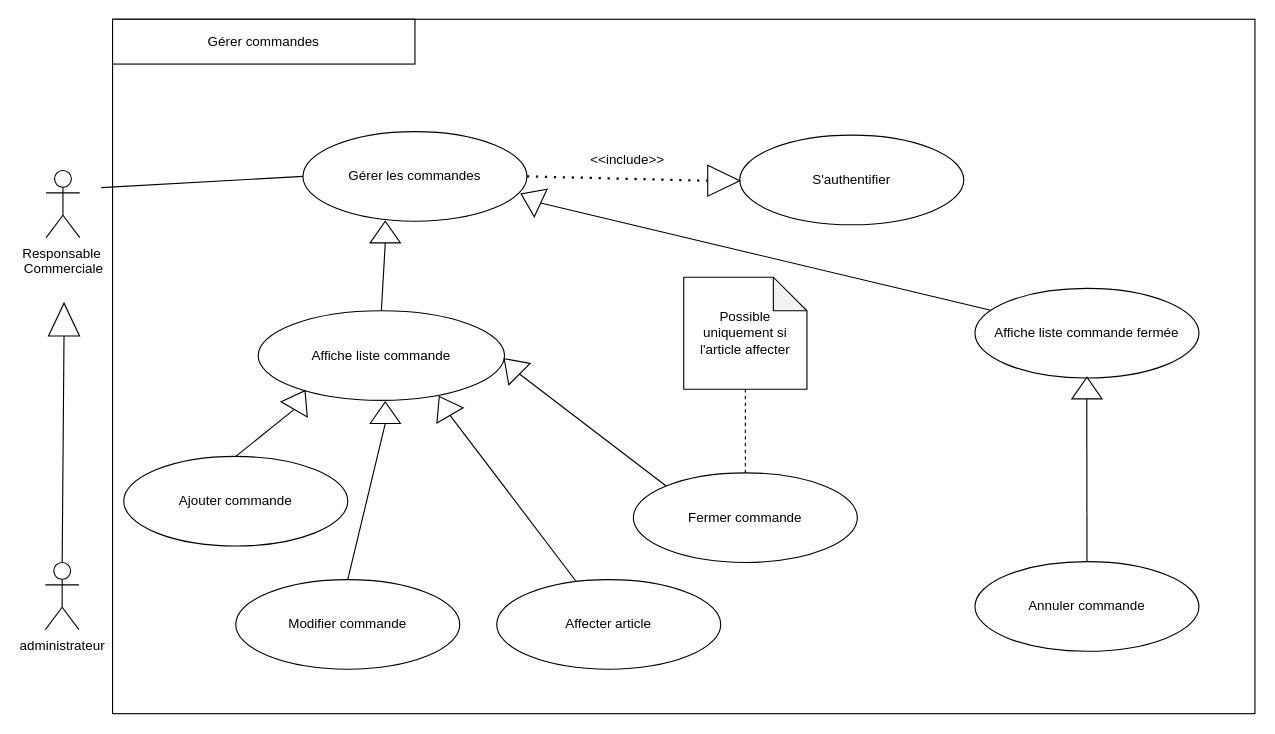
This is cuGérerCommandes.drawio from AbdelazizBs/GPAO-SpringApp, a draw.io file, before an edit. Source tidied: cells renumbered, new cells numbered last; positions are measured from the earlier drawing's top-left corner, leaving out a move shared by most shapes. Both pictures are drawn from the tidied source at 112%, with x=0, y=0 at pixel (45, 19).
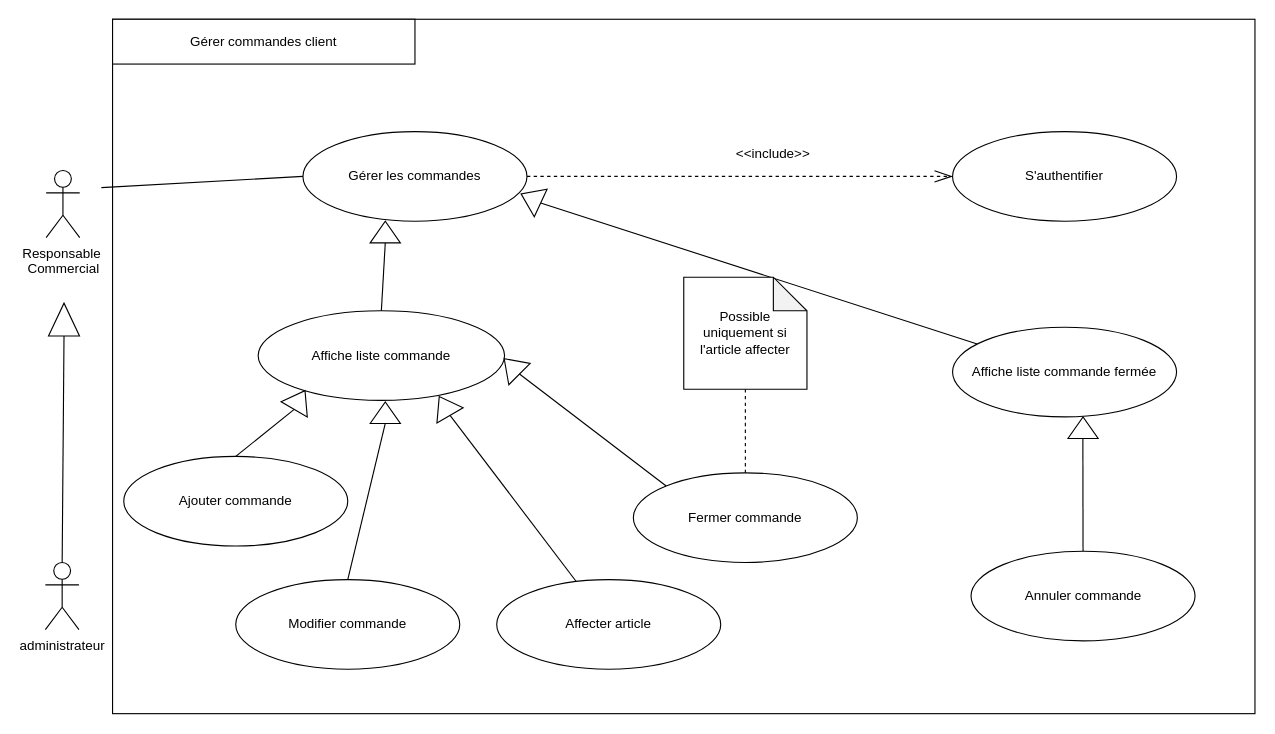
Above is the later version.

Commit message:
Mettre à jour cuGérerCommandes.drawio

Unchanged cells that the change refers to:
```xml
<mxCell id="5" value="Gérer les commandes" style="ellipse;whiteSpace=wrap;html=1;" parent="1" vertex="1">
  <mxGeometry x="230" y="100" width="200" height="80" as="geometry" />
</mxCell>
```

Change to the diagram source:
```diff
@@
-    <mxCell id="3" value="Responsable&amp;nbsp;&lt;br&gt;Commerciale" style="shape=umlActor;verticalLabelPosition=bottom;verticalAlign=top;html=1;" parent="1" vertex="1">
+    <mxCell id="3" value="Responsable&amp;nbsp;&lt;br&gt;Commercial" style="shape=umlActor;verticalLabelPosition=bottom;verticalAlign=top;html=1;" parent="1" vertex="1">
       <mxGeometry x="0.7" y="134.7" width="30" height="60" as="geometry" />
     </mxCell>
@@
+    <mxCell id="37" style="edgeStyle=orthogonalEdgeStyle;rounded=0;jettySize=auto;html=1;entryX=0;entryY=0.5;entryDx=0;entryDy=0;endArrow=openThin;endFill=0;endSize=14;dashed=1;" parent="1" edge="1" source="5" target="7">
+      <mxGeometry relative="1" as="geometry" />
+    </mxCell>
@@
     <mxCell id="7" value="S'authentifier" style="ellipse;whiteSpace=wrap;html=1;" parent="1" vertex="1">
-      <mxGeometry x="620" y="103.2" width="200" height="80" as="geometry" />
+      <mxGeometry x="810" y="100" width="200" height="80" as="geometry" />
     </mxCell>
@@
-    <mxCell id="11" style="endArrow=none;dashed=1;html=1;dashPattern=1 3;strokeWidth=2;rounded=0;exitX=1;exitY=0.5;exitDx=0;exitDy=0;entryX=0;entryY=0.5;entryDx=0;entryDy=0;" parent="1" edge="1" source="5" target="12">
-      <mxGeometry relative="1" as="geometry" />
-    </mxCell>
-    <mxCell id="12" style="triangle;whiteSpace=wrap;html=1;rotation=0;" parent="1" vertex="1">
-      <mxGeometry x="591.4" y="130" width="28.6" height="27.7" as="geometry" />
-    </mxCell>
     <mxCell id="13" value="&amp;lt;&amp;lt;include&amp;gt;&amp;gt;" style="text;html=1;strokeColor=none;fillColor=none;align=center;verticalAlign=middle;whiteSpace=wrap;rounded=0;" parent="1" vertex="1">
-      <mxGeometry x="500" y="114.7" width="40" height="20" as="geometry" />
+      <mxGeometry x="630" y="110" width="40" height="20" as="geometry" />
     </mxCell>
@@
-    <mxCell id="15" value="Gérer commandes" style="rounded=0;whiteSpace=wrap;html=1;" parent="1" vertex="1">
+    <mxCell id="15" value="Gérer commandes client" style="rounded=0;whiteSpace=wrap;html=1;" parent="1" vertex="1">
       <mxGeometry x="60" y="-0.3" width="270" height="40" as="geometry" />
     </mxCell>
@@
     <mxCell id="18" value="Affiche liste commande fermée" style="ellipse;whiteSpace=wrap;html=1;" parent="1" vertex="1">
-      <mxGeometry x="830" y="240" width="200" height="80" as="geometry" />
+      <mxGeometry x="810" y="274.7" width="200" height="80" as="geometry" />
     </mxCell>
@@
     <mxCell id="25" value="Annuler commande" style="ellipse;whiteSpace=wrap;html=1;" parent="1" vertex="1">
-      <mxGeometry x="830" y="484" width="200" height="80" as="geometry" />
+      <mxGeometry x="826.5" y="474.7" width="200" height="80" as="geometry" />
     </mxCell>
@@
     <mxCell id="27" style="triangle;whiteSpace=wrap;html=1;rotation=-180;direction=south;" parent="1" vertex="1">
-      <mxGeometry x="916.5" y="319.3" width="27" height="19.3" as="geometry" />
+      <mxGeometry x="913" y="354.7" width="27" height="19.3" as="geometry" />
     </mxCell>
```
